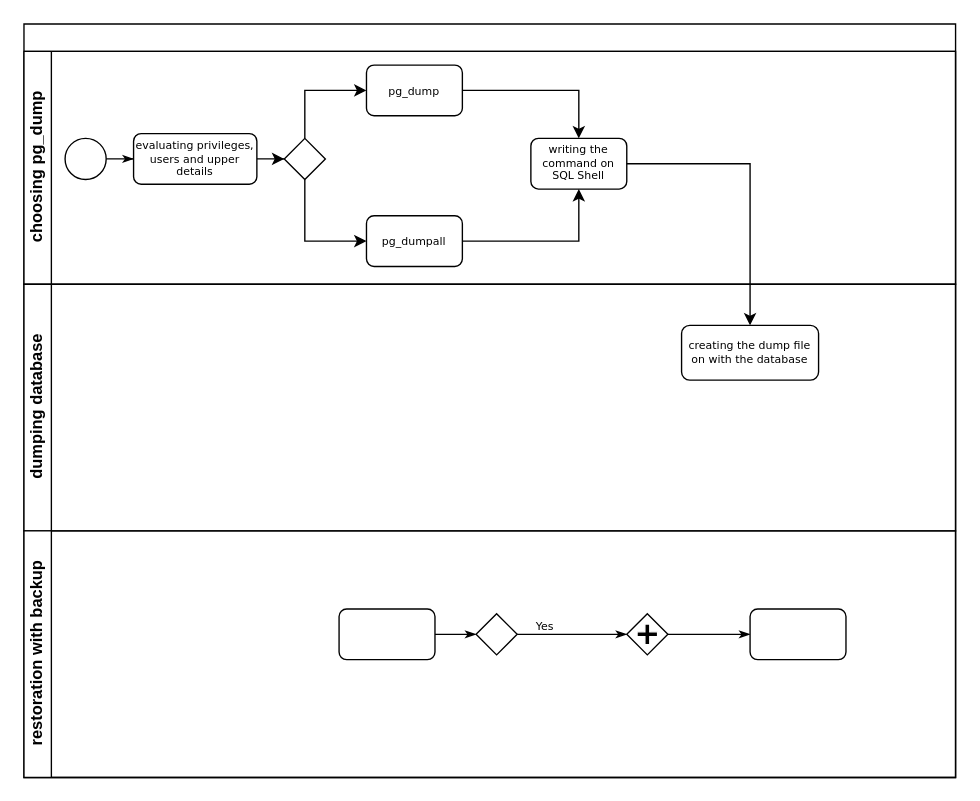
The draw.io diagram lab7/Untitled Diagram.drawio in brunoh6/pgsql, before the edit. Source tidied: cells renumbered, new cells numbered last; positions are measured from the earlier drawing's top-left corner, leaving out a move shared by most shapes. Both pictures are drawn from the tidied source at 137%, with x=0, y=0 at pixel (23, 23).
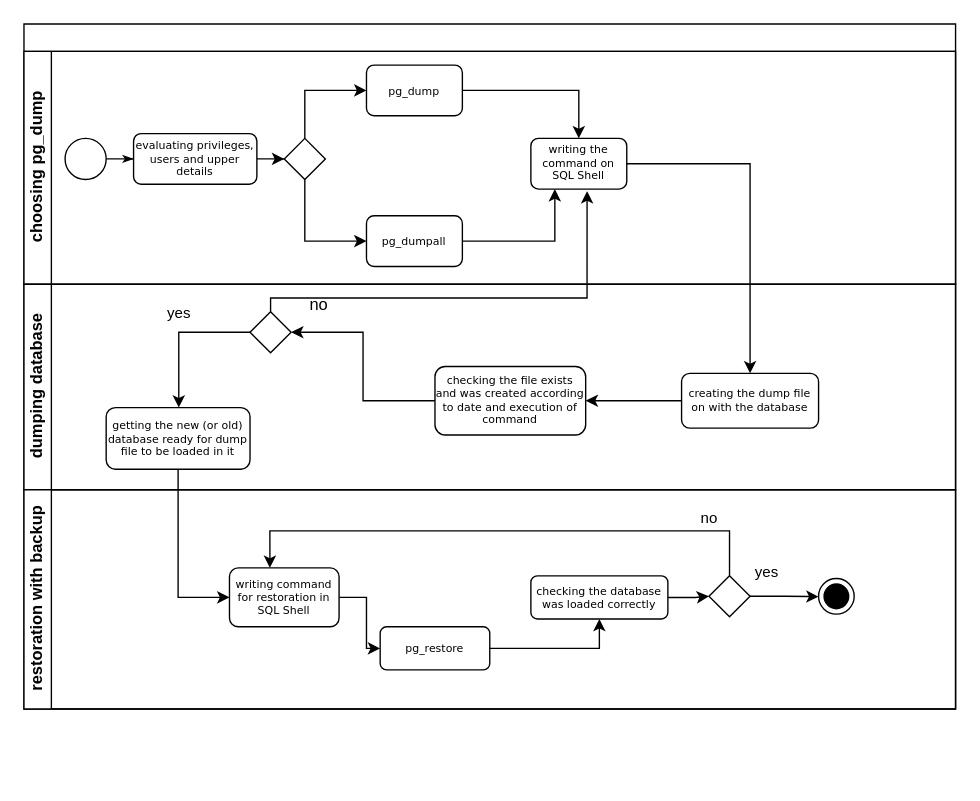
After the change.

Commit message (it also covers changes not shown here):
model_restoration

Unchanged cells that the change refers to:
```xml
<mxCell id="3" value="choosing pg_dump" style="swimlane;html=1;startSize=20;horizontal=0;" parent="2" vertex="1">
  <mxGeometry y="20" width="680" height="170" as="geometry" />
</mxCell>
<mxCell id="12" value="pg_dumpall" style="rounded=1;whiteSpace=wrap;html=1;shadow=0;labelBackgroundColor=none;strokeWidth=1;fontFamily=Verdana;fontSize=8;align=center;" parent="3" vertex="1">
  <mxGeometry x="250" y="120" width="70" height="37" as="geometry" />
</mxCell>
<mxCell id="15" value="writing the command on SQL Shell" style="rounded=1;whiteSpace=wrap;html=1;shadow=0;labelBackgroundColor=none;strokeWidth=1;fontFamily=Verdana;fontSize=8;align=center;" parent="3" vertex="1">
  <mxGeometry x="370" y="63.5" width="70" height="37" as="geometry" />
</mxCell>
```

The edit, as a diff of the source:
```diff
@@
     <mxCell id="2" style="swimlane;html=1;horizontal=1;startSize=20;rounded=0;shadow=0;labelBackgroundColor=none;strokeWidth=1;fontFamily=Verdana;fontSize=8;align=center;" parent="1" vertex="1">
-      <mxGeometry width="680" height="550" as="geometry" />
+      <mxGeometry width="680" height="500" as="geometry" />
     </mxCell>
@@
-    <mxCell id="11" style="edgeStyle=orthogonalEdgeStyle;rounded=0;jettySize=auto;html=1;entryX=0.5;entryY=1;entryDx=0;entryDy=0;" parent="3" edge="1" source="12" target="15">
+    <mxCell id="11" style="edgeStyle=orthogonalEdgeStyle;rounded=0;jettySize=auto;html=1;entryX=0.25;entryY=1;entryDx=0;entryDy=0;" parent="3" edge="1" source="12" target="15">
       <mxGeometry relative="1" as="geometry" />
     </mxCell>
@@
     <mxCell id="16" value="dumping database" style="swimlane;html=1;startSize=20;horizontal=0;" parent="2" vertex="1">
-      <mxGeometry y="190" width="680" height="180" as="geometry" />
+      <mxGeometry y="190" width="680" height="150" as="geometry" />
     </mxCell>
+    <mxCell id="27" style="edgeStyle=orthogonalEdgeStyle;rounded=0;jettySize=auto;html=1;" parent="16" edge="1" source="17" target="28">
+      <mxGeometry relative="1" as="geometry" />
+    </mxCell>
     <mxCell id="17" value="creating the dump file on with the database" style="rounded=1;whiteSpace=wrap;html=1;shadow=0;labelBackgroundColor=none;strokeWidth=1;fontFamily=Verdana;fontSize=8;align=center;" parent="16" vertex="1">
-      <mxGeometry x="480" y="30" width="100" height="40" as="geometry" />
+      <mxGeometry x="480" y="65" width="100" height="40" as="geometry" />
     </mxCell>
+    <mxCell id="28" value="checking the file exists and was created according to date and execution of command" style="whiteSpace=wrap;html=1;fontSize=8;fontFamily=Verdana;rounded=1;shadow=0;labelBackgroundColor=none;strokeWidth=1;" parent="16" vertex="1">
+      <mxGeometry x="300" y="60" width="110" height="50" as="geometry" />
+    </mxCell>
+    <mxCell id="29" style="edgeStyle=orthogonalEdgeStyle;rounded=0;jettySize=auto;html=1;" parent="16" edge="1" source="31" target="33">
+      <mxGeometry relative="1" as="geometry">
+        <Array as="points">
+          <mxPoint x="113" y="35" />
+        </Array>
+      </mxGeometry>
+    </mxCell>
+    <mxCell id="30" value="yes" style="edgeLabel;html=1;align=center;verticalAlign=middle;" parent="29" vertex="1">
+      <mxGeometry x="-0.18" relative="1" as="geometry">
+        <mxPoint x="-9" y="-15" as="offset" />
+      </mxGeometry>
+    </mxCell>
+    <mxCell id="31" style="strokeWidth=1;html=1;shape=mxgraph.flowchart.decision;whiteSpace=wrap;rounded=1;shadow=0;labelBackgroundColor=none;fontFamily=Verdana;fontSize=8;align=center;" parent="16" vertex="1">
+      <mxGeometry x="165" y="20" width="30" height="30" as="geometry" />
+    </mxCell>
+    <mxCell id="32" style="edgeStyle=orthogonalEdgeStyle;rounded=0;jettySize=auto;html=1;entryX=1;entryY=0.5;entryDx=0;entryDy=0;entryPerimeter=0;" parent="16" edge="1" source="28" target="31">
+      <mxGeometry relative="1" as="geometry" />
+    </mxCell>
+    <mxCell id="33" value="getting the new (or old) database ready for dump file to be loaded in it" style="whiteSpace=wrap;html=1;fontSize=8;fontFamily=Verdana;strokeWidth=1;rounded=1;shadow=0;labelBackgroundColor=none;" parent="16" vertex="1">
+      <mxGeometry x="60" y="90" width="105" height="45" as="geometry" />
+    </mxCell>
+    <mxCell id="34" value="no" style="text;html=1;align=center;verticalAlign=middle;strokeColor=none;fillColor=none;" parent="16" vertex="1">
+      <mxGeometry x="195" width="40" height="30" as="geometry" />
+    </mxCell>
     <mxCell id="18" value="restoration with backup" style="swimlane;html=1;startSize=20;horizontal=0;" parent="2" vertex="1">
-      <mxGeometry y="370" width="680" height="180" as="geometry" />
+      <mxGeometry y="340" width="680" height="160" as="geometry" />
     </mxCell>
-    <mxCell id="19" style="edgeStyle=orthogonalEdgeStyle;rounded=0;html=1;labelBackgroundColor=none;startArrow=none;startFill=0;startSize=5;endArrow=classicThin;endFill=1;endSize=5;jettySize=auto;strokeWidth=1;fontFamily=Verdana;fontSize=8;" parent="18" edge="1" source="20" target="22">
-      <mxGeometry relative="1" as="geometry" />
-    </mxCell>
+    <mxCell id="35" style="edgeStyle=orthogonalEdgeStyle;rounded=0;jettySize=auto;html=1;" parent="18" edge="1" source="20" target="37">
+      <mxGeometry relative="1" as="geometry" />
+    </mxCell>
-    <mxCell id="20" style="rounded=1;whiteSpace=wrap;html=1;shadow=0;labelBackgroundColor=none;strokeWidth=1;fontFamily=Verdana;fontSize=8;align=center;" parent="18" vertex="1">
-      <mxGeometry x="230" y="57" width="70" height="37" as="geometry" />
+    <mxCell id="20" value="writing command for restoration in SQL Shell" style="rounded=1;whiteSpace=wrap;html=1;shadow=0;labelBackgroundColor=none;strokeWidth=1;fontFamily=Verdana;fontSize=8;align=center;" parent="18" vertex="1">
+      <mxGeometry x="150" y="57" width="80" height="43" as="geometry" />
     </mxCell>
-    <mxCell id="21" value="Yes" style="edgeStyle=orthogonalEdgeStyle;rounded=0;html=1;entryX=0;entryY=0.5;labelBackgroundColor=none;startArrow=none;startFill=0;startSize=5;endArrow=classicThin;endFill=1;endSize=5;jettySize=auto;strokeWidth=1;fontFamily=Verdana;fontSize=8;" parent="18" edge="1" source="22" target="24">
-      <mxGeometry x="-0.5" y="6" relative="1" as="geometry" />
-    </mxCell>
-    <mxCell id="22" style="strokeWidth=1;html=1;shape=mxgraph.flowchart.decision;whiteSpace=wrap;rounded=1;shadow=0;labelBackgroundColor=none;fontFamily=Verdana;fontSize=8;align=center;" parent="18" vertex="1">
-      <mxGeometry x="330" y="60.5" width="30" height="30" as="geometry" />
-    </mxCell>
-    <mxCell id="23" style="edgeStyle=orthogonalEdgeStyle;rounded=0;html=1;labelBackgroundColor=none;startArrow=none;startFill=0;startSize=5;endArrow=classicThin;endFill=1;endSize=5;jettySize=auto;strokeColor=#000000;strokeWidth=1;fontFamily=Verdana;fontSize=8;fontColor=#000000;" parent="18" edge="1" source="24" target="25">
-      <mxGeometry relative="1" as="geometry" />
-    </mxCell>
-    <mxCell id="24" style="shape=mxgraph.bpmn.shape;html=1;verticalLabelPosition=bottom;labelBackgroundColor=#ffffff;verticalAlign=top;perimeter=rhombusPerimeter;background=gateway;outline=none;symbol=parallelGw;rounded=1;shadow=0;strokeWidth=1;fontFamily=Verdana;fontSize=8;align=center;" parent="18" vertex="1">
-      <mxGeometry x="440" y="60.5" width="30" height="30" as="geometry" />
-    </mxCell>
-    <mxCell id="25" style="rounded=1;whiteSpace=wrap;html=1;shadow=0;labelBackgroundColor=none;strokeWidth=1;fontFamily=Verdana;fontSize=8;align=center;" parent="18" vertex="1">
-      <mxGeometry x="530" y="57" width="70" height="37" as="geometry" />
-    </mxCell>
+    <mxCell id="36" style="edgeStyle=orthogonalEdgeStyle;rounded=0;jettySize=auto;html=1;" parent="18" edge="1" source="37" target="38">
+      <mxGeometry relative="1" as="geometry" />
+    </mxCell>
+    <mxCell id="37" value="pg_restore" style="whiteSpace=wrap;html=1;fontSize=8;fontFamily=Verdana;rounded=1;shadow=0;labelBackgroundColor=none;strokeWidth=1;" parent="18" vertex="1">
+      <mxGeometry x="260" y="100" width="80" height="31.5" as="geometry" />
+    </mxCell>
+    <mxCell id="38" value="checking the database was loaded correctly" style="whiteSpace=wrap;html=1;fontSize=8;fontFamily=Verdana;rounded=1;shadow=0;labelBackgroundColor=none;strokeWidth=1;" parent="18" vertex="1">
+      <mxGeometry x="370" y="62.8" width="100" height="31.5" as="geometry" />
+    </mxCell>
+    <mxCell id="39" style="edgeStyle=orthogonalEdgeStyle;rounded=0;jettySize=auto;html=1;" parent="18" edge="1" source="41">
+      <mxGeometry relative="1" as="geometry">
+        <mxPoint x="580" y="78" as="targetPoint" />
+      </mxGeometry>
+    </mxCell>
+    <mxCell id="40" value="yes" style="edgeLabel;html=1;align=center;verticalAlign=middle;" parent="39" vertex="1">
+      <mxGeometry x="0.07" relative="1" as="geometry">
+        <mxPoint x="-15" y="-19" as="offset" />
+      </mxGeometry>
+    </mxCell>
+    <mxCell id="41" style="strokeWidth=1;html=1;shape=mxgraph.flowchart.decision;whiteSpace=wrap;rounded=1;shadow=0;labelBackgroundColor=none;fontFamily=Verdana;fontSize=8;align=center;" parent="18" vertex="1">
+      <mxGeometry x="500" y="62.7" width="30" height="30" as="geometry" />
+    </mxCell>
+    <mxCell id="42" style="edgeStyle=orthogonalEdgeStyle;rounded=0;jettySize=auto;html=1;entryX=0;entryY=0.5;entryDx=0;entryDy=0;entryPerimeter=0;" parent="18" edge="1" source="38" target="41">
+      <mxGeometry relative="1" as="geometry" />
+    </mxCell>
+    <mxCell id="43" style="edgeStyle=orthogonalEdgeStyle;rounded=0;jettySize=auto;html=1;entryX=0.369;entryY=0;entryDx=0;entryDy=0;entryPerimeter=0;" parent="18" edge="1" source="41" target="20">
+      <mxGeometry relative="1" as="geometry">
+        <Array as="points">
+          <mxPoint x="515" y="30" />
+          <mxPoint x="180" y="30" />
+        </Array>
+      </mxGeometry>
+    </mxCell>
+    <mxCell id="44" value="no" style="edgeLabel;html=1;align=center;verticalAlign=middle;" parent="43" vertex="1">
+      <mxGeometry x="-0.41" y="1" relative="1" as="geometry">
+        <mxPoint x="69" y="-11" as="offset" />
+      </mxGeometry>
+    </mxCell>
+    <mxCell id="45" style="ellipse;html=1;shape=endState;fillColor=strokeColor;" parent="18" vertex="1">
+      <mxGeometry x="580" y="64.8" width="26" height="26" as="geometry" />
+    </mxCell>
@@
+    <mxCell id="46" style="edgeStyle=orthogonalEdgeStyle;rounded=0;jettySize=auto;html=1;entryX=0.586;entryY=1.041;entryDx=0;entryDy=0;entryPerimeter=0;" parent="2" edge="1" source="31" target="15">
+      <mxGeometry relative="1" as="geometry">
+        <Array as="points">
+          <mxPoint x="180" y="200" />
+          <mxPoint x="411" y="200" />
+        </Array>
+      </mxGeometry>
+    </mxCell>
+    <mxCell id="47" style="edgeStyle=orthogonalEdgeStyle;rounded=0;jettySize=auto;html=1;entryX=0;entryY=0.5;entryDx=0;entryDy=0;" parent="2" edge="1" source="33" target="20">
+      <mxGeometry relative="1" as="geometry" />
+    </mxCell>
```
